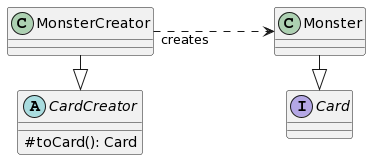
Before: uc-seng301-cardbattler-asg4-student/diagrams/factoryMethod.png, a diagram exported from PlantUML (DanieSimonlLowe/SENG301-ASS4).
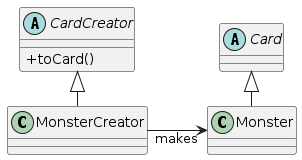
After the commit.

Diff of the diagram source:
```diff
@@ -1,18 +1,13 @@
 @startuml
 left to right direction
-
 skinparam classAttributeIconSize 0
 
+abstract class Card {}
+Monster -u|> Card
 abstract class CardCreator {
-  #toCard(): Card
+  +toCard()
 }
+MonsterCreator -u|> CardCreator
 
-MonsterCreator -|> CardCreator
-
-interface Card {
-}
-
-Monster -|> Card
-
-MonsterCreator "creates"...> Monster
+MonsterCreator "makes"--d> Monster
 @enduml
```
